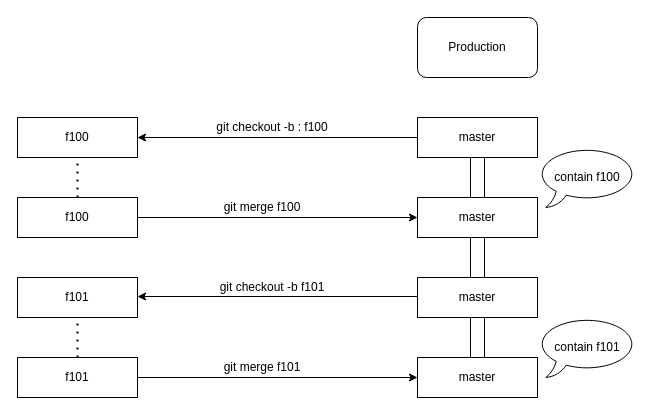
Above: page "One feature" (1 of 3) of github-workflow.drawio in moshe-pinhasi/git-workflow (draw.io), before the change. Source tidied: cells renumbered, new cells numbered last; positions are measured from the earlier drawing's top-left corner, leaving out a move shared by most shapes. Both pictures are drawn from the tidied source at 100%, with x=0, y=0 at pixel (17, 17).
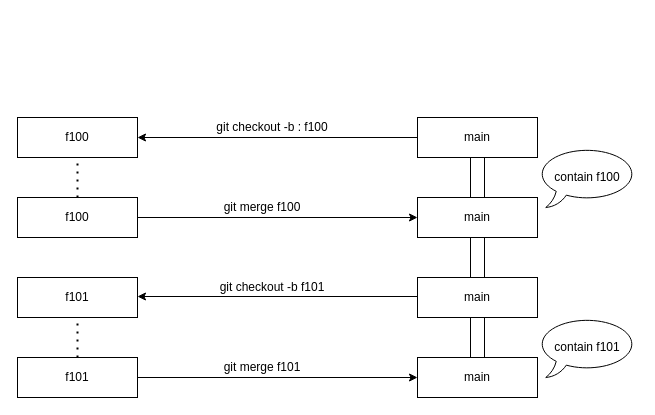
After the change.

Diff of the diagram source:
```diff
@@
-    <mxCell id="3" value="master" style="rounded=0;whiteSpace=wrap;html=1;" parent="1" vertex="1">
+    <mxCell id="3" value="main" style="rounded=0;whiteSpace=wrap;html=1;" parent="1" vertex="1">
       <mxGeometry x="400" y="100" width="120" height="40" as="geometry" />
     </mxCell>
@@
-    <mxCell id="6" value="Production" style="rounded=1;whiteSpace=wrap;html=1;" parent="1" vertex="1">
-      <mxGeometry x="400" width="120" height="60" as="geometry" />
-    </mxCell>
-    <mxCell id="7" value="master" style="rounded=0;whiteSpace=wrap;html=1;" parent="1" vertex="1">
+    <mxCell id="7" value="main" style="rounded=0;whiteSpace=wrap;html=1;" parent="1" vertex="1">
       <mxGeometry x="400" y="180" width="120" height="40" as="geometry" />
     </mxCell>
@@
-    <mxCell id="11" value="master" style="rounded=0;whiteSpace=wrap;html=1;" parent="1" vertex="1">
+    <mxCell id="11" value="main" style="rounded=0;whiteSpace=wrap;html=1;" parent="1" vertex="1">
       <mxGeometry x="400" y="260" width="120" height="40" as="geometry" />
     </mxCell>
@@
-    <mxCell id="13" value="master" style="rounded=0;whiteSpace=wrap;html=1;" parent="1" vertex="1">
+    <mxCell id="13" value="main" style="rounded=0;whiteSpace=wrap;html=1;" parent="1" vertex="1">
       <mxGeometry x="400" y="340" width="120" height="40" as="geometry" />
     </mxCell>
```
